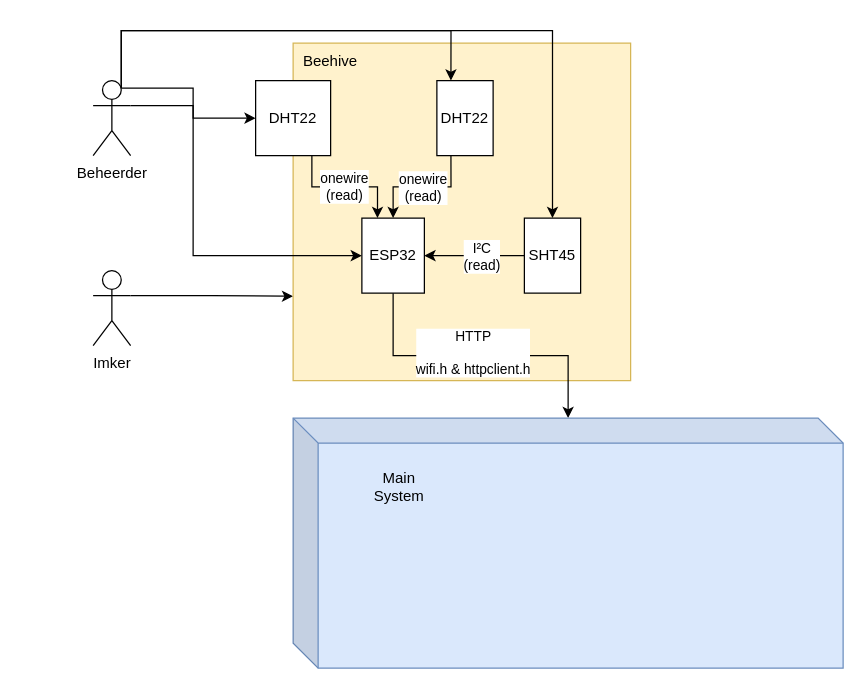
Above: Schematisch-overzicht-Bee-Sensors.drawio in CruZxPog/integratieproject-bee (draw.io), before the change. Source tidied: cells renumbered, new cells numbered last; positions are measured from the earlier drawing's top-left corner, leaving out a move shared by most shapes. Both pictures are drawn from the tidied source at 125%, with x=0, y=0 at pixel (92, 30).
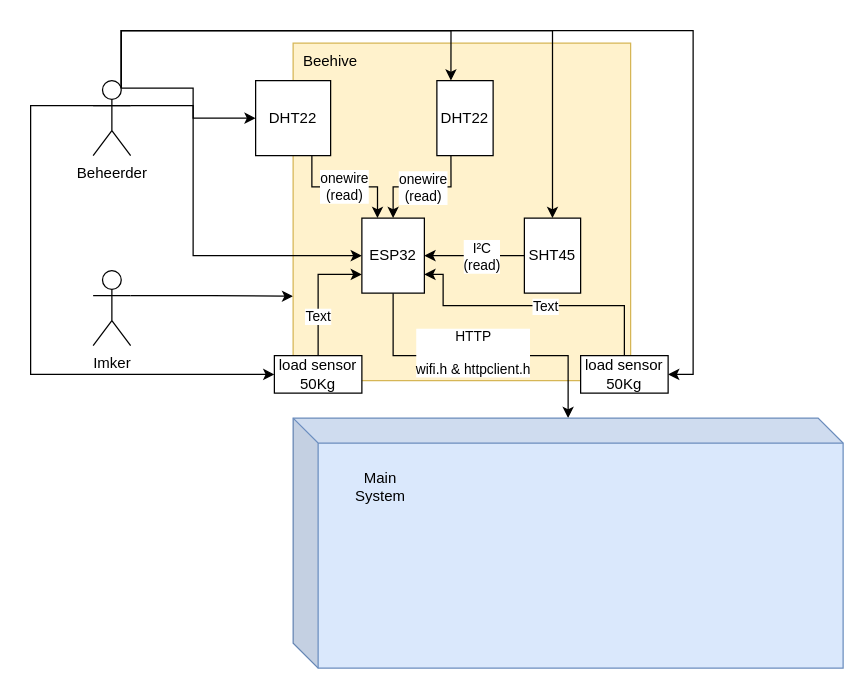
Above is the later version.

The change refers to these unchanged cells:
```xml
<mxCell id="5" value="Beheerder" style="shape=umlActor;verticalLabelPosition=bottom;verticalAlign=top;html=1;outlineConnect=0;" parent="1" vertex="1">
  <mxGeometry y="40" width="30" height="60" as="geometry" />
</mxCell>
<mxCell id="19" value="ESP32" style="rounded=0;whiteSpace=wrap;html=1;" parent="1" vertex="1">
  <mxGeometry x="215" y="150" width="50" height="60" as="geometry" />
</mxCell>
```

Change to the diagram source:
```diff
@@
+    <mxCell id="25" style="edgeStyle=orthogonalEdgeStyle;rounded=0;jettySize=auto;html=1;exitX=1;exitY=0.3333333333333333;exitDx=0;exitDy=0;exitPerimeter=0;entryX=0;entryY=0.5;entryDx=0;entryDy=0;" parent="1" edge="1" source="5" target="29">
+      <mxGeometry relative="1" as="geometry">
+        <Array as="points">
+          <mxPoint x="-50" y="60" />
+          <mxPoint x="-50" y="275" />
+        </Array>
+      </mxGeometry>
+    </mxCell>
+    <mxCell id="26" style="edgeStyle=orthogonalEdgeStyle;rounded=0;jettySize=auto;html=1;exitX=0.75;exitY=0.1;exitDx=0;exitDy=0;exitPerimeter=0;entryX=1;entryY=0.5;entryDx=0;entryDy=0;" parent="1" edge="1" source="5" target="32">
+      <mxGeometry relative="1" as="geometry">
+        <Array as="points">
+          <mxPoint x="23" />
+          <mxPoint x="480" />
+          <mxPoint x="480" y="275" />
+        </Array>
+      </mxGeometry>
+    </mxCell>
@@
     <mxCell id="21" value="Main System" style="text;html=1;align=center;verticalAlign=middle;whiteSpace=wrap;rounded=0;" parent="1" vertex="1">
-      <mxGeometry x="215" y="350" width="60" height="30" as="geometry" />
+      <mxGeometry x="200" y="350" width="60" height="30" as="geometry" />
     </mxCell>
@@
+    <mxCell id="27" style="edgeStyle=orthogonalEdgeStyle;rounded=0;jettySize=auto;html=1;exitX=0.5;exitY=0;exitDx=0;exitDy=0;entryX=0;entryY=0.75;entryDx=0;entryDy=0;" parent="1" edge="1" source="29" target="19">
+      <mxGeometry relative="1" as="geometry" />
+    </mxCell>
+    <mxCell id="28" value="Text" style="edgeLabel;html=1;align=center;verticalAlign=middle;" parent="27" vertex="1">
+      <mxGeometry x="-0.36" y="1" relative="1" as="geometry" />
+    </mxCell>
+    <mxCell id="29" value="load sensor&lt;div&gt;50Kg&lt;/div&gt;" style="rounded=0;whiteSpace=wrap;html=1;" parent="1" vertex="1">
+      <mxGeometry x="145" y="260" width="70" height="30" as="geometry" />
+    </mxCell>
+    <mxCell id="30" style="edgeStyle=orthogonalEdgeStyle;rounded=0;jettySize=auto;html=1;exitX=0.5;exitY=0;exitDx=0;exitDy=0;entryX=1;entryY=0.75;entryDx=0;entryDy=0;" parent="1" edge="1" source="32" target="19">
+      <mxGeometry relative="1" as="geometry">
+        <Array as="points">
+          <mxPoint x="425" y="220" />
+          <mxPoint x="280" y="220" />
+          <mxPoint x="280" y="195" />
+        </Array>
+      </mxGeometry>
+    </mxCell>
+    <mxCell id="31" value="Text" style="edgeLabel;html=1;align=center;verticalAlign=middle;" parent="30" vertex="1">
+      <mxGeometry x="-0.08" relative="1" as="geometry" />
+    </mxCell>
+    <mxCell id="32" value="load sensor&lt;div&gt;50Kg&lt;/div&gt;" style="rounded=0;whiteSpace=wrap;html=1;" parent="1" vertex="1">
+      <mxGeometry x="390" y="260" width="70" height="30" as="geometry" />
+    </mxCell>
```
